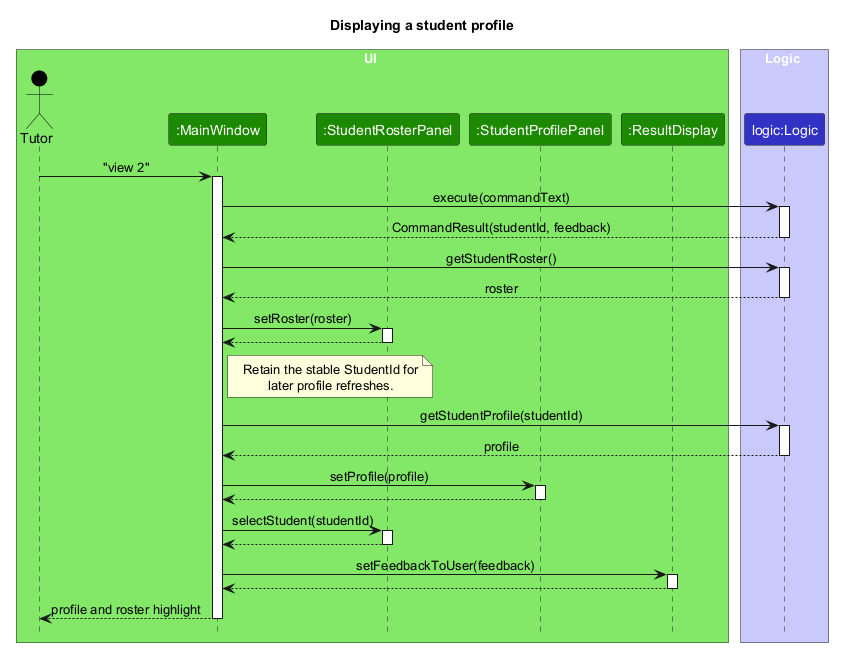
Before: docs/images/ProfileDisplaySequenceDiagram.png, a diagram exported from PlantUML (AY2627S1-CS2103T-F09-1/tp). Its diagram source:
```plantuml
@startuml
!include style.puml
skinparam ArrowFontStyle plain

title Displaying a student profile

box UI UI_COLOR_T1
actor Tutor as Tutor USER_COLOR
participant ":MainWindow" as MainWindow UI_COLOR
participant ":StudentRosterPanel" as StudentRosterPanel UI_COLOR
participant ":StudentProfilePanel" as StudentProfilePanel UI_COLOR
participant ":ResultDisplay" as ResultDisplay UI_COLOR
end box

box Logic LOGIC_COLOR_T1
participant "logic:Logic" as Logic LOGIC_COLOR
end box

Tutor -> MainWindow : "view 2"
activate MainWindow
MainWindow -> Logic : execute(commandText)
activate Logic
Logic --> MainWindow : CommandResult(studentId, feedback)
deactivate Logic

MainWindow -> Logic : getStudentRoster()
activate Logic
Logic --> MainWindow : roster
deactivate Logic
MainWindow -> StudentRosterPanel : setRoster(roster)
activate StudentRosterPanel
StudentRosterPanel --> MainWindow
deactivate StudentRosterPanel

note right of MainWindow
  Retain the stable StudentId for
  later profile refreshes.
end note
MainWindow -> Logic : getStudentProfile(studentId)
activate Logic
Logic --> MainWindow : profile
deactivate Logic
MainWindow -> StudentProfilePanel : setProfile(profile)
activate StudentProfilePanel
StudentProfilePanel --> MainWindow
deactivate StudentProfilePanel
MainWindow -> StudentRosterPanel : selectStudent(studentId)
activate StudentRosterPanel
StudentRosterPanel --> MainWindow
deactivate StudentRosterPanel
MainWindow -> ResultDisplay : setFeedbackToUser(feedback)
activate ResultDisplay
ResultDisplay --> MainWindow
deactivate ResultDisplay
MainWindow --> Tutor : profile and roster highlight
deactivate MainWindow
@enduml
```
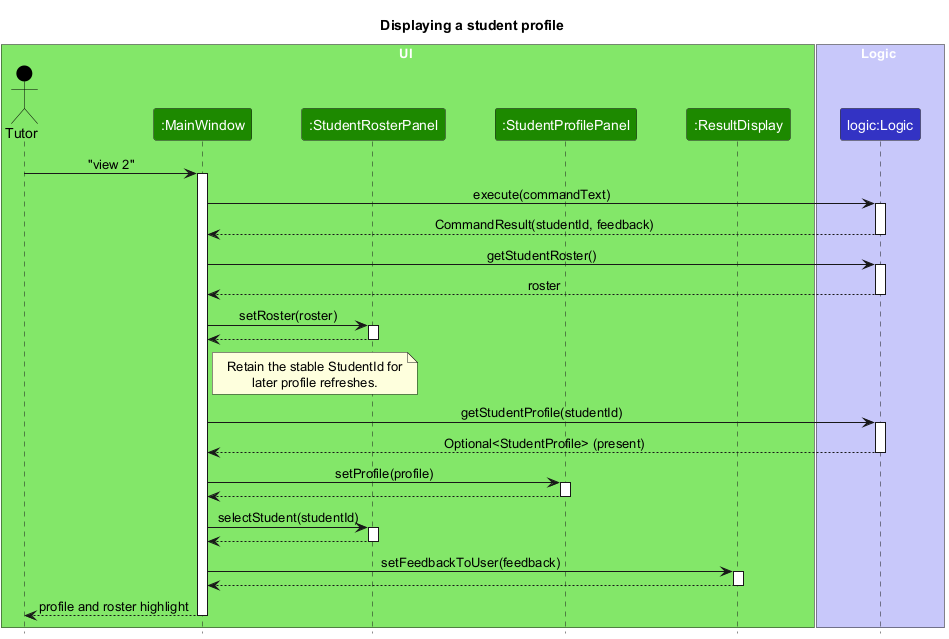
After the change.

Commit message:
Clarify view parser creation and profile return

What changed in the source:
```diff
@@ -38,7 +38,7 @@
 end note
 MainWindow -> Logic : getStudentProfile(studentId)
 activate Logic
-Logic --> MainWindow : profile
+Logic --> MainWindow : Optional<StudentProfile> (present)
 deactivate Logic
 MainWindow -> StudentProfilePanel : setProfile(profile)
 activate StudentProfilePanel
```
